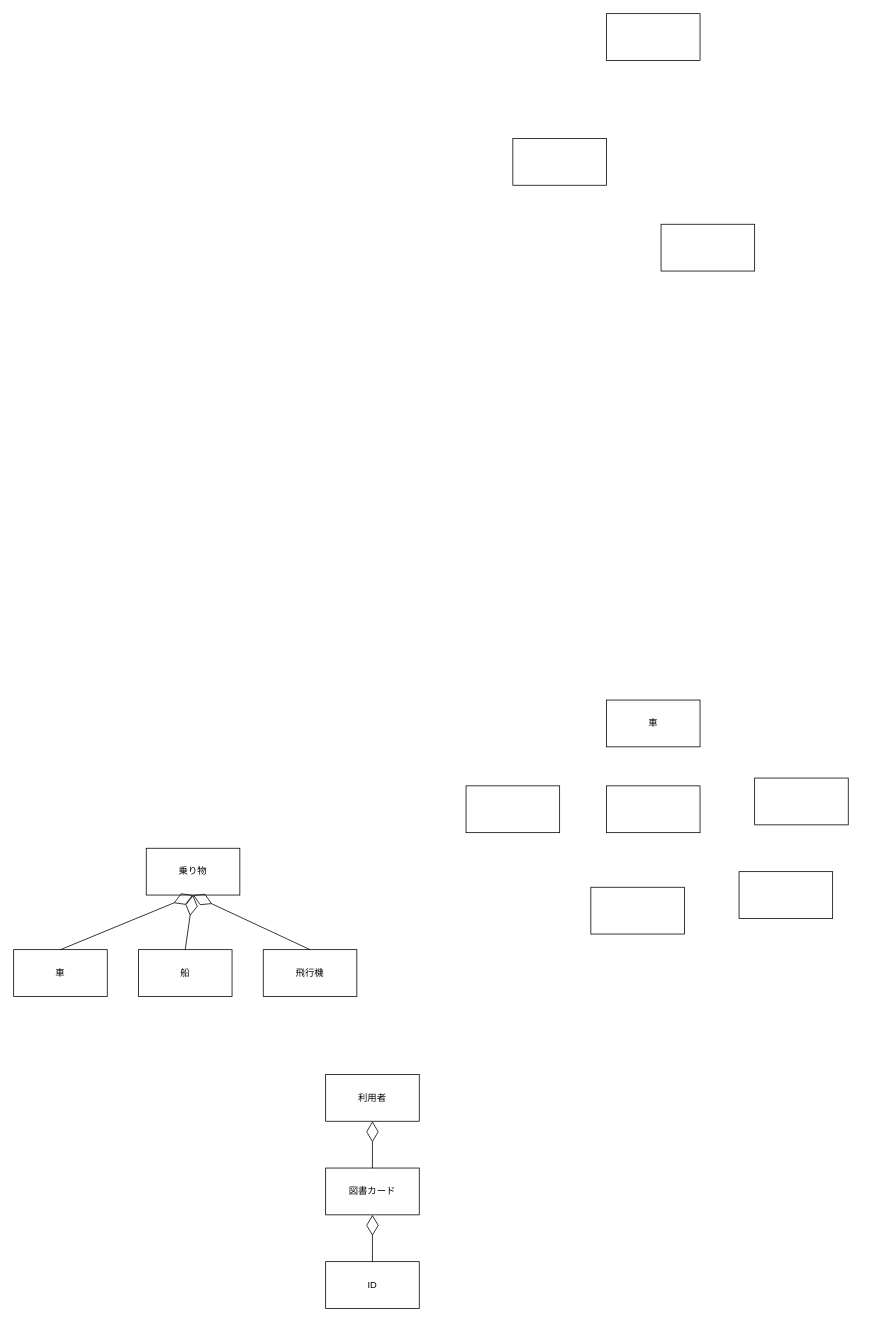
Above: 図書2.drawio in xuanyinchongben72-max/OHARA-UML (draw.io), before the change. Source tidied: cells renumbered, new cells numbered last; positions are measured from the earlier drawing's top-left corner, leaving out a move shared by most shapes. Both pictures are drawn from the tidied source at 78%, with x=0, y=0 at pixel (13, 13).
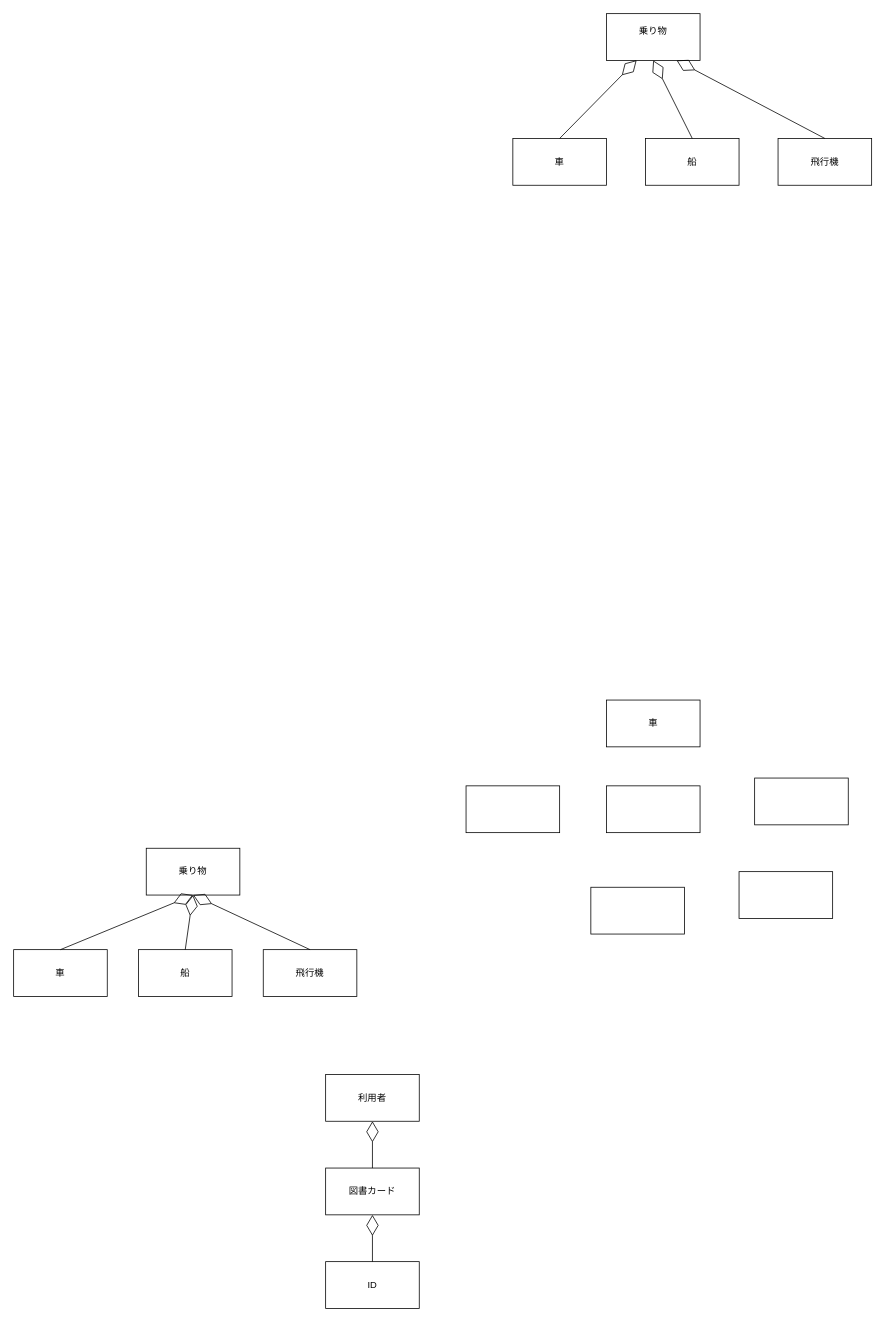
The same page after the edit.

Diff of the diagram source:
```diff
@@
-    <mxCell id="20" style="rounded=0;whiteSpace=wrap;html=1;" parent="1" vertex="1">
+    <mxCell id="20" value="乗り物&lt;div&gt;&lt;br&gt;&lt;/div&gt;" style="rounded=0;whiteSpace=wrap;html=1;" parent="1" vertex="1">
       <mxGeometry x="760" width="120" height="60" as="geometry" />
     </mxCell>
-    <mxCell id="21" style="rounded=0;whiteSpace=wrap;html=1;" parent="1" vertex="1">
+    <mxCell id="21" value="車" style="rounded=0;whiteSpace=wrap;html=1;" parent="1" vertex="1">
       <mxGeometry x="640" y="160" width="120" height="60" as="geometry" />
     </mxCell>
-    <mxCell id="22" style="rounded=0;whiteSpace=wrap;html=1;" parent="1" vertex="1">
-      <mxGeometry x="830" y="270" width="120" height="60" as="geometry" />
+    <mxCell id="22" value="船" style="rounded=0;whiteSpace=wrap;html=1;" parent="1" vertex="1">
+      <mxGeometry x="810" y="160" width="120" height="60" as="geometry" />
     </mxCell>
+    <mxCell id="23" value="飛行機" style="rounded=0;whiteSpace=wrap;html=1;" parent="1" vertex="1">
+      <mxGeometry x="980" y="160" width="120" height="60" as="geometry" />
+    </mxCell>
+    <mxCell id="24" style="endArrow=diamondThin;endFill=0;endSize=24;html=1;rounded=0;exitX=0.5;exitY=0;exitDx=0;exitDy=0;entryX=0.322;entryY=0.996;entryDx=0;entryDy=0;entryPerimeter=0;" parent="1" edge="1" source="21" target="20">
+      <mxGeometry relative="1" as="geometry" />
+    </mxCell>
+    <mxCell id="25" style="endArrow=diamondThin;endFill=0;endSize=24;html=1;rounded=0;exitX=0.5;exitY=0;exitDx=0;exitDy=0;entryX=0.5;entryY=1;entryDx=0;entryDy=0;" parent="1" edge="1" source="22" target="20">
+      <mxGeometry relative="1" as="geometry" />
+    </mxCell>
+    <mxCell id="26" style="endArrow=diamondThin;endFill=0;endSize=24;html=1;rounded=0;exitX=0.5;exitY=0;exitDx=0;exitDy=0;entryX=0.75;entryY=1;entryDx=0;entryDy=0;" parent="1" edge="1" source="23" target="20">
+      <mxGeometry relative="1" as="geometry" />
+    </mxCell>
```
